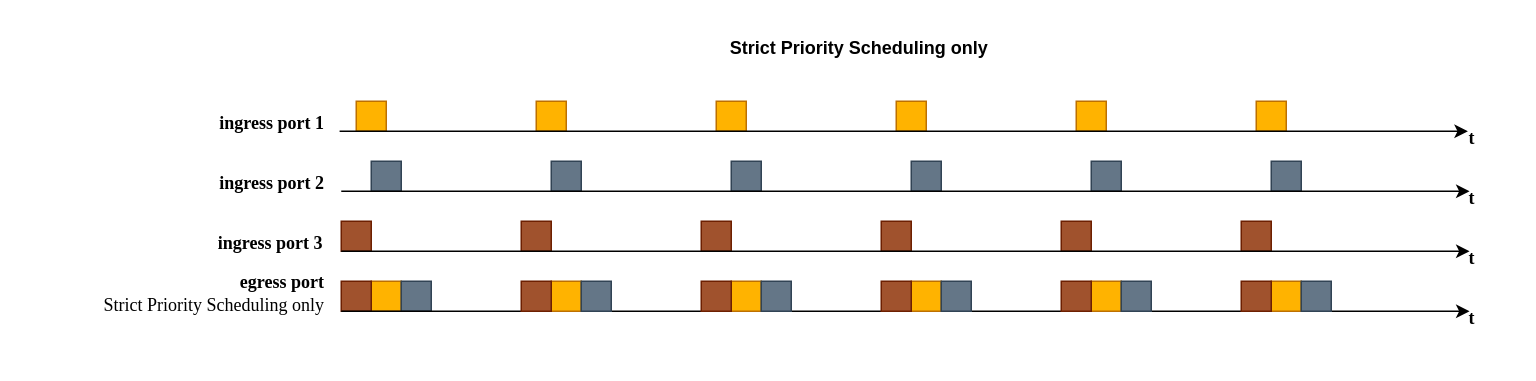
This is static/images/traffic-shaping-strict-prio.drawio from avb-academy/avb_academy, a draw.io file, before an edit. Source tidied: cells renumbered, new cells numbered last; positions are measured from the earlier drawing's top-left corner, leaving out a move shared by most shapes. Both pictures are drawn from the tidied source at 150%, with x=0, y=0 at pixel (70, 26).
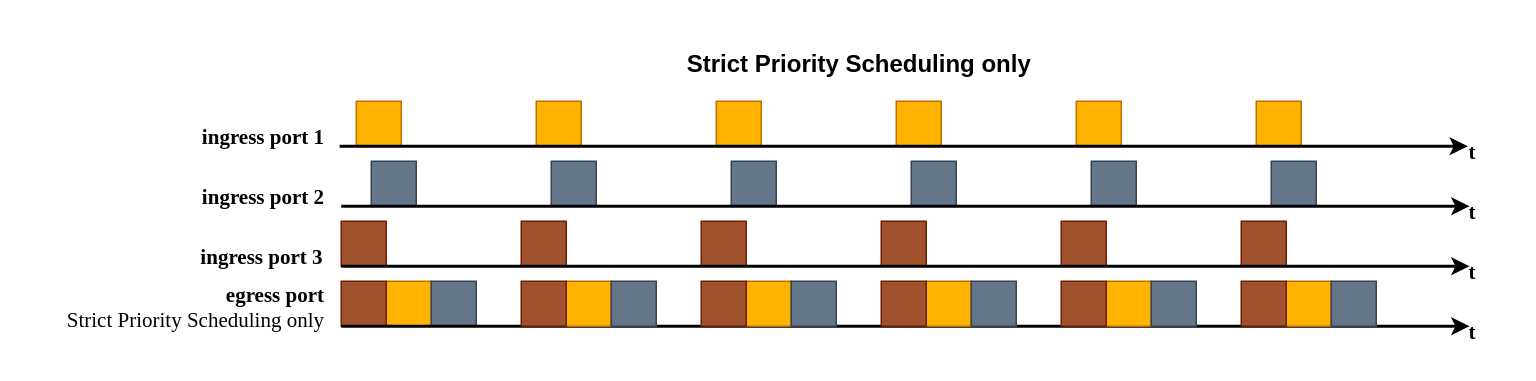
After the change.

Commit message (it also covers changes not shown here):
updates CBS and SP figure size. ref: #90

What changed in the source:
```diff
@@
     <mxCell id="2" style="rounded=0;whiteSpace=wrap;html=1;fillColor=#FFB300;fontColor=#000000;strokeColor=#BD7000;" parent="1" vertex="1">
-      <mxGeometry x="190" y="50" width="20" height="20" as="geometry" />
+      <mxGeometry x="190" y="50" width="30" height="30" as="geometry" />
     </mxCell>
     <mxCell id="3" style="rounded=0;whiteSpace=wrap;html=1;fillColor=#FFB300;fontColor=#000000;strokeColor=#BD7000;" parent="1" vertex="1">
-      <mxGeometry x="310" y="50" width="20" height="20" as="geometry" />
+      <mxGeometry x="310" y="50" width="30" height="30" as="geometry" />
     </mxCell>
     <mxCell id="4" style="rounded=0;whiteSpace=wrap;html=1;fillColor=#647687;fontColor=#ffffff;strokeColor=#314354;" parent="1" vertex="1">
-      <mxGeometry x="200" y="90" width="20" height="20" as="geometry" />
+      <mxGeometry x="200" y="90" width="30" height="30" as="geometry" />
     </mxCell>
     <mxCell id="5" style="rounded=0;whiteSpace=wrap;html=1;fillColor=#647687;fontColor=#ffffff;strokeColor=#314354;" parent="1" vertex="1">
-      <mxGeometry x="320" y="90" width="20" height="20" as="geometry" />
+      <mxGeometry x="320" y="90" width="30" height="30" as="geometry" />
     </mxCell>
     <mxCell id="6" style="rounded=0;whiteSpace=wrap;html=1;fillColor=#FFB300;fontColor=#000000;strokeColor=#BD7000;" parent="1" vertex="1">
-      <mxGeometry x="200" y="170" width="20" height="20" as="geometry" />
+      <mxGeometry x="210" y="170" width="30" height="30" as="geometry" />
     </mxCell>
     <mxCell id="7" style="rounded=0;whiteSpace=wrap;html=1;fillColor=#647687;fontColor=#ffffff;strokeColor=#314354;" parent="1" vertex="1">
-      <mxGeometry x="220" y="170" width="20" height="20" as="geometry" />
+      <mxGeometry x="240" y="170" width="30" height="30" as="geometry" />
     </mxCell>
     <mxCell id="8" style="rounded=0;whiteSpace=wrap;html=1;fillColor=#FFB300;fontColor=#000000;strokeColor=#BD7000;" parent="1" vertex="1">
-      <mxGeometry x="430" y="50" width="20" height="20" as="geometry" />
+      <mxGeometry x="430" y="50" width="30" height="30" as="geometry" />
     </mxCell>
     <mxCell id="9" style="rounded=0;whiteSpace=wrap;html=1;fillColor=#FFB300;fontColor=#000000;strokeColor=#BD7000;" parent="1" vertex="1">
-      <mxGeometry x="550" y="50" width="20" height="20" as="geometry" />
+      <mxGeometry x="550" y="50" width="30" height="30" as="geometry" />
     </mxCell>
     <mxCell id="10" style="rounded=0;whiteSpace=wrap;html=1;fillColor=#647687;fontColor=#ffffff;strokeColor=#314354;" parent="1" vertex="1">
-      <mxGeometry x="440" y="90" width="20" height="20" as="geometry" />
+      <mxGeometry x="440" y="90" width="30" height="30" as="geometry" />
     </mxCell>
     <mxCell id="11" style="rounded=0;whiteSpace=wrap;html=1;fillColor=#647687;fontColor=#ffffff;strokeColor=#314354;" parent="1" vertex="1">
-      <mxGeometry x="560" y="90" width="20" height="20" as="geometry" />
+      <mxGeometry x="560" y="90" width="30" height="30" as="geometry" />
     </mxCell>
     <mxCell id="12" style="rounded=0;whiteSpace=wrap;html=1;fillColor=#a0522d;fontColor=#ffffff;strokeColor=#6D1F00;" parent="1" vertex="1">
-      <mxGeometry x="180" y="130" width="20" height="20" as="geometry" />
+      <mxGeometry x="180" y="130" width="30" height="30" as="geometry" />
     </mxCell>
     <mxCell id="13" style="rounded=0;whiteSpace=wrap;html=1;fillColor=#a0522d;fontColor=#ffffff;strokeColor=#6D1F00;" parent="1" vertex="1">
-      <mxGeometry x="300" y="130" width="20" height="20" as="geometry" />
+      <mxGeometry x="300" y="130" width="30" height="30" as="geometry" />
     </mxCell>
     <mxCell id="14" style="rounded=0;whiteSpace=wrap;html=1;fillColor=#a0522d;fontColor=#ffffff;strokeColor=#6D1F00;" parent="1" vertex="1">
-      <mxGeometry x="420" y="130" width="20" height="20" as="geometry" />
+      <mxGeometry x="420" y="130" width="30" height="30" as="geometry" />
     </mxCell>
     <mxCell id="15" style="rounded=0;whiteSpace=wrap;html=1;fillColor=#a0522d;fontColor=#ffffff;strokeColor=#6D1F00;" parent="1" vertex="1">
-      <mxGeometry x="540" y="130" width="20" height="20" as="geometry" />
+      <mxGeometry x="540" y="130" width="30" height="30" as="geometry" />
     </mxCell>
     <mxCell id="16" style="rounded=0;whiteSpace=wrap;html=1;fillColor=#a0522d;fontColor=#ffffff;strokeColor=#6D1F00;" parent="1" vertex="1">
-      <mxGeometry x="180" y="170" width="20" height="20" as="geometry" />
+      <mxGeometry x="180" y="170" width="30" height="30" as="geometry" />
     </mxCell>
     <mxCell id="17" style="rounded=0;whiteSpace=wrap;html=1;fillColor=#FFB300;fontColor=#000000;strokeColor=#BD7000;" parent="1" vertex="1">
-      <mxGeometry x="670" y="50" width="20" height="20" as="geometry" />
+      <mxGeometry x="670" y="50" width="30" height="30" as="geometry" />
     </mxCell>
     <mxCell id="18" style="rounded=0;whiteSpace=wrap;html=1;fillColor=#FFB300;fontColor=#000000;strokeColor=#BD7000;" parent="1" vertex="1">
-      <mxGeometry x="790" y="50" width="20" height="20" as="geometry" />
+      <mxGeometry x="790" y="50" width="30" height="30" as="geometry" />
     </mxCell>
     <mxCell id="19" style="rounded=0;whiteSpace=wrap;html=1;fillColor=#647687;fontColor=#ffffff;strokeColor=#314354;" parent="1" vertex="1">
-      <mxGeometry x="680" y="90" width="20" height="20" as="geometry" />
+      <mxGeometry x="680" y="90" width="30" height="30" as="geometry" />
     </mxCell>
     <mxCell id="20" style="rounded=0;whiteSpace=wrap;html=1;fillColor=#647687;fontColor=#ffffff;strokeColor=#314354;" parent="1" vertex="1">
-      <mxGeometry x="800" y="90" width="20" height="20" as="geometry" />
+      <mxGeometry x="800" y="90" width="30" height="30" as="geometry" />
     </mxCell>
     <mxCell id="21" style="rounded=0;whiteSpace=wrap;html=1;fillColor=#a0522d;fontColor=#ffffff;strokeColor=#6D1F00;" parent="1" vertex="1">
-      <mxGeometry x="660" y="130" width="20" height="20" as="geometry" />
+      <mxGeometry x="660" y="130" width="30" height="30" as="geometry" />
     </mxCell>
     <mxCell id="22" style="rounded=0;whiteSpace=wrap;html=1;fillColor=#a0522d;fontColor=#ffffff;strokeColor=#6D1F00;" parent="1" vertex="1">
-      <mxGeometry x="780" y="130" width="20" height="20" as="geometry" />
+      <mxGeometry x="780" y="130" width="30" height="30" as="geometry" />
     </mxCell>
-    <mxCell id="23" style="endArrow=classic;html=1;rounded=0;strokeColor=#000000;fontColor=#FFFFFF;labelBackgroundColor=none;" parent="1" edge="1">
+    <mxCell id="23" style="endArrow=classic;html=1;rounded=0;strokeColor=#000000;fontColor=#FFFFFF;labelBackgroundColor=none;strokeWidth=2;" parent="1" edge="1">
       <mxGeometry relative="1" as="geometry">
-        <mxPoint x="180" y="190" as="sourcePoint" />
-        <mxPoint x="932.2" y="190" as="targetPoint" />
+        <mxPoint x="180" y="200" as="sourcePoint" />
+        <mxPoint x="932.2" y="200" as="targetPoint" />
       </mxGeometry>
     </mxCell>
-    <mxCell id="24" style="endArrow=classic;html=1;rounded=0;strokeColor=#000000;fontColor=#FFFFFF;labelBackgroundColor=none;" parent="1" edge="1">
+    <mxCell id="24" style="endArrow=classic;html=1;rounded=0;strokeColor=#000000;fontColor=#FFFFFF;labelBackgroundColor=none;strokeWidth=2;" parent="1" edge="1">
       <mxGeometry relative="1" as="geometry">
-        <mxPoint x="180" y="150" as="sourcePoint" />
-        <mxPoint x="932.2" y="150" as="targetPoint" />
+        <mxPoint x="180" y="160" as="sourcePoint" />
+        <mxPoint x="932.2" y="160" as="targetPoint" />
       </mxGeometry>
     </mxCell>
-    <mxCell id="25" style="endArrow=classic;html=1;rounded=0;strokeColor=#000000;fontColor=#FFFFFF;labelBackgroundColor=none;" parent="1" edge="1">
+    <mxCell id="25" style="endArrow=classic;html=1;rounded=0;strokeColor=#000000;fontColor=#FFFFFF;labelBackgroundColor=none;strokeWidth=2;" parent="1" edge="1">
       <mxGeometry relative="1" as="geometry">
-        <mxPoint x="180" y="110" as="sourcePoint" />
-        <mxPoint x="932.2" y="110" as="targetPoint" />
+        <mxPoint x="180" y="120" as="sourcePoint" />
+        <mxPoint x="932.2" y="120" as="targetPoint" />
       </mxGeometry>
     </mxCell>
-    <mxCell id="26" style="endArrow=classic;html=1;rounded=0;strokeColor=#000000;fontColor=#FFFFFF;labelBackgroundColor=none;" parent="1" edge="1">
+    <mxCell id="26" style="endArrow=classic;html=1;rounded=0;strokeColor=#000000;fontColor=#FFFFFF;labelBackgroundColor=none;strokeWidth=2;" parent="1" edge="1">
       <mxGeometry relative="1" as="geometry">
-        <mxPoint x="178.9" y="70" as="sourcePoint" />
-        <mxPoint x="931.1" y="70" as="targetPoint" />
+        <mxPoint x="178.9" y="80" as="sourcePoint" />
+        <mxPoint x="931.1" y="80" as="targetPoint" />
       </mxGeometry>
     </mxCell>
-    <mxCell id="27" value="&lt;b&gt;&lt;font face=&quot;Times New Roman&quot;&gt;&lt;font&gt;ingress port 1&lt;/font&gt;&lt;/font&gt;&lt;/b&gt;" style="text;html=1;align=right;verticalAlign=middle;strokeColor=none;fillColor=none;fontColor=#000000;" parent="1" vertex="1">
-      <mxGeometry x="80" y="50" width="90" height="30" as="geometry" />
+    <mxCell id="27" value="&lt;b&gt;&lt;font face=&quot;Times New Roman&quot;&gt;&lt;font style=&quot;font-size: 14px;&quot;&gt;ingress port 1&lt;/font&gt;&lt;/font&gt;&lt;/b&gt;" style="text;html=1;align=right;verticalAlign=middle;strokeColor=none;fillColor=none;fontColor=#000000;" parent="1" vertex="1">
+      <mxGeometry x="70" y="60" width="100" height="30" as="geometry" />
     </mxCell>
-    <mxCell id="28" value="&lt;b&gt;&lt;font face=&quot;Times New Roman&quot;&gt;&lt;font&gt;ingress port 2&lt;/font&gt;&lt;/font&gt;&lt;/b&gt;" style="text;html=1;align=right;verticalAlign=middle;strokeColor=none;fillColor=none;fontColor=#000000;" parent="1" vertex="1">
-      <mxGeometry x="80" y="90" width="90" height="30" as="geometry" />
+    <mxCell id="28" value="&lt;b&gt;&lt;font face=&quot;Times New Roman&quot;&gt;&lt;font style=&quot;font-size: 14px;&quot;&gt;ingress port 2&lt;/font&gt;&lt;/font&gt;&lt;/b&gt;" style="text;html=1;align=right;verticalAlign=middle;strokeColor=none;fillColor=none;fontColor=#000000;" parent="1" vertex="1">
+      <mxGeometry x="70" y="100" width="100" height="30" as="geometry" />
     </mxCell>
-    <mxCell id="29" value="&lt;b&gt;&lt;font face=&quot;Times New Roman&quot;&gt;&lt;font&gt;ingress port 3&lt;/font&gt;&lt;/font&gt;&lt;/b&gt;" style="text;html=1;align=right;verticalAlign=middle;strokeColor=none;fillColor=none;fontColor=#000000;" parent="1" vertex="1">
-      <mxGeometry x="79" y="130" width="90" height="30" as="geometry" />
+    <mxCell id="29" value="&lt;b&gt;&lt;font face=&quot;Times New Roman&quot;&gt;&lt;font style=&quot;font-size: 14px;&quot;&gt;ingress port 3&lt;/font&gt;&lt;/font&gt;&lt;/b&gt;" style="text;html=1;align=right;verticalAlign=middle;strokeColor=none;fillColor=none;fontColor=#000000;" parent="1" vertex="1">
+      <mxGeometry x="69" y="140" width="100" height="30" as="geometry" />
     </mxCell>
-    <mxCell id="30" value="&lt;b&gt;&lt;font face=&quot;Times New Roman&quot;&gt;&lt;font&gt;t&lt;/font&gt;&lt;/font&gt;&lt;/b&gt;" style="text;html=1;align=left;verticalAlign=middle;strokeColor=none;fillColor=none;fontColor=#000000;labelBackgroundColor=none;" parent="1" vertex="1">
-      <mxGeometry x="930" y="60" width="30" height="30" as="geometry" />
+    <mxCell id="30" value="&lt;b&gt;&lt;font face=&quot;Times New Roman&quot;&gt;&lt;font style=&quot;font-size: 14px;&quot;&gt;t&lt;/font&gt;&lt;/font&gt;&lt;/b&gt;" style="text;html=1;align=left;verticalAlign=middle;strokeColor=none;fillColor=none;fontColor=#000000;labelBackgroundColor=none;" parent="1" vertex="1">
+      <mxGeometry x="930" y="70" width="30" height="30" as="geometry" />
     </mxCell>
-    <mxCell id="31" value="&lt;b&gt;&lt;font face=&quot;Times New Roman&quot;&gt;&lt;font&gt;t&lt;/font&gt;&lt;/font&gt;&lt;/b&gt;" style="text;html=1;align=left;verticalAlign=middle;strokeColor=none;fillColor=none;fontColor=#000000;labelBackgroundColor=none;" parent="1" vertex="1">
-      <mxGeometry x="930" y="100" width="30" height="30" as="geometry" />
+    <mxCell id="31" value="&lt;b&gt;&lt;font face=&quot;Times New Roman&quot;&gt;&lt;font style=&quot;font-size: 14px;&quot;&gt;t&lt;/font&gt;&lt;/font&gt;&lt;/b&gt;" style="text;html=1;align=left;verticalAlign=middle;strokeColor=none;fillColor=none;fontColor=#000000;labelBackgroundColor=none;" parent="1" vertex="1">
+      <mxGeometry x="930" y="110" width="30" height="30" as="geometry" />
     </mxCell>
-    <mxCell id="32" value="&lt;b&gt;&lt;font face=&quot;Times New Roman&quot;&gt;&lt;font&gt;t&lt;/font&gt;&lt;/font&gt;&lt;/b&gt;" style="text;html=1;align=left;verticalAlign=middle;strokeColor=none;fillColor=none;fontColor=#000000;labelBackgroundColor=none;" parent="1" vertex="1">
-      <mxGeometry x="930" y="140" width="30" height="30" as="geometry" />
+    <mxCell id="32" value="&lt;b&gt;&lt;font face=&quot;Times New Roman&quot;&gt;&lt;font style=&quot;font-size: 14px;&quot;&gt;t&lt;/font&gt;&lt;/font&gt;&lt;/b&gt;" style="text;html=1;align=left;verticalAlign=middle;strokeColor=none;fillColor=none;fontColor=#000000;labelBackgroundColor=none;" parent="1" vertex="1">
+      <mxGeometry x="930" y="150" width="30" height="30" as="geometry" />
     </mxCell>
-    <mxCell id="33" value="&lt;b&gt;&lt;font face=&quot;Times New Roman&quot;&gt;&lt;font&gt;t&lt;/font&gt;&lt;/font&gt;&lt;/b&gt;" style="text;html=1;align=left;verticalAlign=middle;strokeColor=none;fillColor=none;fontColor=#000000;labelBackgroundColor=none;" parent="1" vertex="1">
-      <mxGeometry x="930" y="180" width="30" height="30" as="geometry" />
+    <mxCell id="33" value="&lt;b&gt;&lt;font face=&quot;Times New Roman&quot;&gt;&lt;font style=&quot;font-size: 14px;&quot;&gt;t&lt;/font&gt;&lt;/font&gt;&lt;/b&gt;" style="text;html=1;align=left;verticalAlign=middle;strokeColor=none;fillColor=none;fontColor=#000000;labelBackgroundColor=none;" parent="1" vertex="1">
+      <mxGeometry x="930" y="190" width="30" height="30" as="geometry" />
     </mxCell>
-    <mxCell id="34" style="rounded=0;whiteSpace=wrap;html=1;fillColor=#FFB300;fontColor=#000000;strokeColor=#BD7000;" parent="1" vertex="1">
-      <mxGeometry x="320" y="170" width="20" height="20" as="geometry" />
-    </mxCell>
-    <mxCell id="35" style="rounded=0;whiteSpace=wrap;html=1;fillColor=#647687;fontColor=#ffffff;strokeColor=#314354;" parent="1" vertex="1">
-      <mxGeometry x="340" y="170" width="20" height="20" as="geometry" />
-    </mxCell>
-    <mxCell id="36" style="rounded=0;whiteSpace=wrap;html=1;fillColor=#a0522d;fontColor=#ffffff;strokeColor=#6D1F00;" parent="1" vertex="1">
-      <mxGeometry x="300" y="170" width="20" height="20" as="geometry" />
-    </mxCell>
-    <mxCell id="37" style="rounded=0;whiteSpace=wrap;html=1;fillColor=#FFB300;fontColor=#000000;strokeColor=#BD7000;" parent="1" vertex="1">
-      <mxGeometry x="440" y="170" width="20" height="20" as="geometry" />
-    </mxCell>
-    <mxCell id="38" style="rounded=0;whiteSpace=wrap;html=1;fillColor=#647687;fontColor=#ffffff;strokeColor=#314354;" parent="1" vertex="1">
-      <mxGeometry x="460" y="170" width="20" height="20" as="geometry" />
-    </mxCell>
-    <mxCell id="39" style="rounded=0;whiteSpace=wrap;html=1;fillColor=#a0522d;fontColor=#ffffff;strokeColor=#6D1F00;" parent="1" vertex="1">
-      <mxGeometry x="420" y="170" width="20" height="20" as="geometry" />
-    </mxCell>
-    <mxCell id="40" style="rounded=0;whiteSpace=wrap;html=1;fillColor=#FFB300;fontColor=#000000;strokeColor=#BD7000;" parent="1" vertex="1">
-      <mxGeometry x="560" y="170" width="20" height="20" as="geometry" />
-    </mxCell>
-    <mxCell id="41" style="rounded=0;whiteSpace=wrap;html=1;fillColor=#647687;fontColor=#ffffff;strokeColor=#314354;" parent="1" vertex="1">
-      <mxGeometry x="580" y="170" width="20" height="20" as="geometry" />
-    </mxCell>
-    <mxCell id="42" style="rounded=0;whiteSpace=wrap;html=1;fillColor=#a0522d;fontColor=#ffffff;strokeColor=#6D1F00;" parent="1" vertex="1">
-      <mxGeometry x="540" y="170" width="20" height="20" as="geometry" />
-    </mxCell>
-    <mxCell id="43" style="rounded=0;whiteSpace=wrap;html=1;fillColor=#FFB300;fontColor=#000000;strokeColor=#BD7000;" parent="1" vertex="1">
-      <mxGeometry x="680" y="170" width="20" height="20" as="geometry" />
-    </mxCell>
-    <mxCell id="44" style="rounded=0;whiteSpace=wrap;html=1;fillColor=#647687;fontColor=#ffffff;strokeColor=#314354;" parent="1" vertex="1">
-      <mxGeometry x="700" y="170" width="20" height="20" as="geometry" />
-    </mxCell>
-    <mxCell id="45" style="rounded=0;whiteSpace=wrap;html=1;fillColor=#a0522d;fontColor=#ffffff;strokeColor=#6D1F00;" parent="1" vertex="1">
-      <mxGeometry x="660" y="170" width="20" height="20" as="geometry" />
-    </mxCell>
-    <mxCell id="46" style="rounded=0;whiteSpace=wrap;html=1;fillColor=#FFB300;fontColor=#000000;strokeColor=#BD7000;" parent="1" vertex="1">
-      <mxGeometry x="800" y="170" width="20" height="20" as="geometry" />
-    </mxCell>
-    <mxCell id="47" style="rounded=0;whiteSpace=wrap;html=1;fillColor=#647687;fontColor=#ffffff;strokeColor=#314354;" parent="1" vertex="1">
-      <mxGeometry x="820" y="170" width="20" height="20" as="geometry" />
-    </mxCell>
-    <mxCell id="48" style="rounded=0;whiteSpace=wrap;html=1;fillColor=#a0522d;fontColor=#ffffff;strokeColor=#6D1F00;" parent="1" vertex="1">
-      <mxGeometry x="780" y="170" width="20" height="20" as="geometry" />
-    </mxCell>
-    <mxCell id="49" value="&lt;b&gt;Strict Priority Scheduling only&lt;/b&gt;" style="text;html=1;align=center;verticalAlign=middle;strokeColor=none;fillColor=none;fontColor=#000000;" parent="1" vertex="1">
-      <mxGeometry x="425" width="200" height="30" as="geometry" />
+    <mxCell id="49" value="&lt;b&gt;&lt;font style=&quot;font-size: 16px;&quot;&gt;Strict Priority Scheduling only&lt;/font&gt;&lt;/b&gt;" style="text;html=1;align=center;verticalAlign=middle;strokeColor=none;fillColor=none;fontColor=#000000;" parent="1" vertex="1">
+      <mxGeometry x="400" y="10" width="250" height="30" as="geometry" />
     </mxCell>
-    <mxCell id="50" value="&lt;font style=&quot;&quot; face=&quot;Times New Roman&quot;&gt;&lt;font style=&quot;&quot;&gt;&lt;b&gt;egress port&lt;/b&gt;&lt;br&gt;Strict Priority Scheduling only&lt;/font&gt;&lt;/font&gt;" style="text;html=1;align=right;verticalAlign=middle;strokeColor=none;fillColor=none;fontColor=#000000;" parent="1" vertex="1">
-      <mxGeometry y="158" width="170" height="40" as="geometry" />
+    <mxCell id="50" value="&lt;font style=&quot;&quot; face=&quot;Times New Roman&quot;&gt;&lt;font style=&quot;font-size: 14px;&quot;&gt;&lt;b style=&quot;&quot;&gt;egress port&lt;/b&gt;&lt;br&gt;Strict Priority Scheduling only&lt;/font&gt;&lt;/font&gt;" style="text;html=1;align=right;verticalAlign=middle;strokeColor=none;fillColor=none;fontColor=#000000;" parent="1" vertex="1">
+      <mxGeometry x="-30" y="163" width="200" height="50" as="geometry" />
     </mxCell>
+    <mxCell id="51" style="rounded=0;whiteSpace=wrap;html=1;fillColor=#FFB300;fontColor=#000000;strokeColor=#BD7000;" parent="1" vertex="1">
+      <mxGeometry x="330" y="170" width="30" height="30" as="geometry" />
+    </mxCell>
+    <mxCell id="52" style="rounded=0;whiteSpace=wrap;html=1;fillColor=#647687;fontColor=#ffffff;strokeColor=#314354;" parent="1" vertex="1">
+      <mxGeometry x="360" y="170" width="30" height="30" as="geometry" />
+    </mxCell>
+    <mxCell id="53" style="rounded=0;whiteSpace=wrap;html=1;fillColor=#a0522d;fontColor=#ffffff;strokeColor=#6D1F00;" parent="1" vertex="1">
+      <mxGeometry x="300" y="170" width="30" height="30" as="geometry" />
+    </mxCell>
+    <mxCell id="54" style="rounded=0;whiteSpace=wrap;html=1;fillColor=#FFB300;fontColor=#000000;strokeColor=#BD7000;" parent="1" vertex="1">
+      <mxGeometry x="450" y="170" width="30" height="30" as="geometry" />
+    </mxCell>
+    <mxCell id="55" style="rounded=0;whiteSpace=wrap;html=1;fillColor=#647687;fontColor=#ffffff;strokeColor=#314354;" parent="1" vertex="1">
+      <mxGeometry x="480" y="170" width="30" height="30" as="geometry" />
+    </mxCell>
+    <mxCell id="56" style="rounded=0;whiteSpace=wrap;html=1;fillColor=#a0522d;fontColor=#ffffff;strokeColor=#6D1F00;" parent="1" vertex="1">
+      <mxGeometry x="420" y="170" width="30" height="30" as="geometry" />
+    </mxCell>
+    <mxCell id="57" style="rounded=0;whiteSpace=wrap;html=1;fillColor=#FFB300;fontColor=#000000;strokeColor=#BD7000;" parent="1" vertex="1">
+      <mxGeometry x="570" y="170" width="30" height="30" as="geometry" />
+    </mxCell>
+    <mxCell id="58" style="rounded=0;whiteSpace=wrap;html=1;fillColor=#647687;fontColor=#ffffff;strokeColor=#314354;" parent="1" vertex="1">
+      <mxGeometry x="600" y="170" width="30" height="30" as="geometry" />
+    </mxCell>
+    <mxCell id="59" style="rounded=0;whiteSpace=wrap;html=1;fillColor=#a0522d;fontColor=#ffffff;strokeColor=#6D1F00;" parent="1" vertex="1">
+      <mxGeometry x="540" y="170" width="30" height="30" as="geometry" />
+    </mxCell>
+    <mxCell id="60" style="rounded=0;whiteSpace=wrap;html=1;fillColor=#FFB300;fontColor=#000000;strokeColor=#BD7000;" parent="1" vertex="1">
+      <mxGeometry x="690" y="170" width="30" height="30" as="geometry" />
+    </mxCell>
+    <mxCell id="61" style="rounded=0;whiteSpace=wrap;html=1;fillColor=#647687;fontColor=#ffffff;strokeColor=#314354;" parent="1" vertex="1">
+      <mxGeometry x="720" y="170" width="30" height="30" as="geometry" />
+    </mxCell>
+    <mxCell id="62" style="rounded=0;whiteSpace=wrap;html=1;fillColor=#a0522d;fontColor=#ffffff;strokeColor=#6D1F00;" parent="1" vertex="1">
+      <mxGeometry x="660" y="170" width="30" height="30" as="geometry" />
+    </mxCell>
+    <mxCell id="63" style="rounded=0;whiteSpace=wrap;html=1;fillColor=#FFB300;fontColor=#000000;strokeColor=#BD7000;" parent="1" vertex="1">
+      <mxGeometry x="810" y="170" width="30" height="30" as="geometry" />
+    </mxCell>
+    <mxCell id="64" style="rounded=0;whiteSpace=wrap;html=1;fillColor=#647687;fontColor=#ffffff;strokeColor=#314354;" parent="1" vertex="1">
+      <mxGeometry x="840" y="170" width="30" height="30" as="geometry" />
+    </mxCell>
+    <mxCell id="65" style="rounded=0;whiteSpace=wrap;html=1;fillColor=#a0522d;fontColor=#ffffff;strokeColor=#6D1F00;" parent="1" vertex="1">
+      <mxGeometry x="780" y="170" width="30" height="30" as="geometry" />
+    </mxCell>
```
